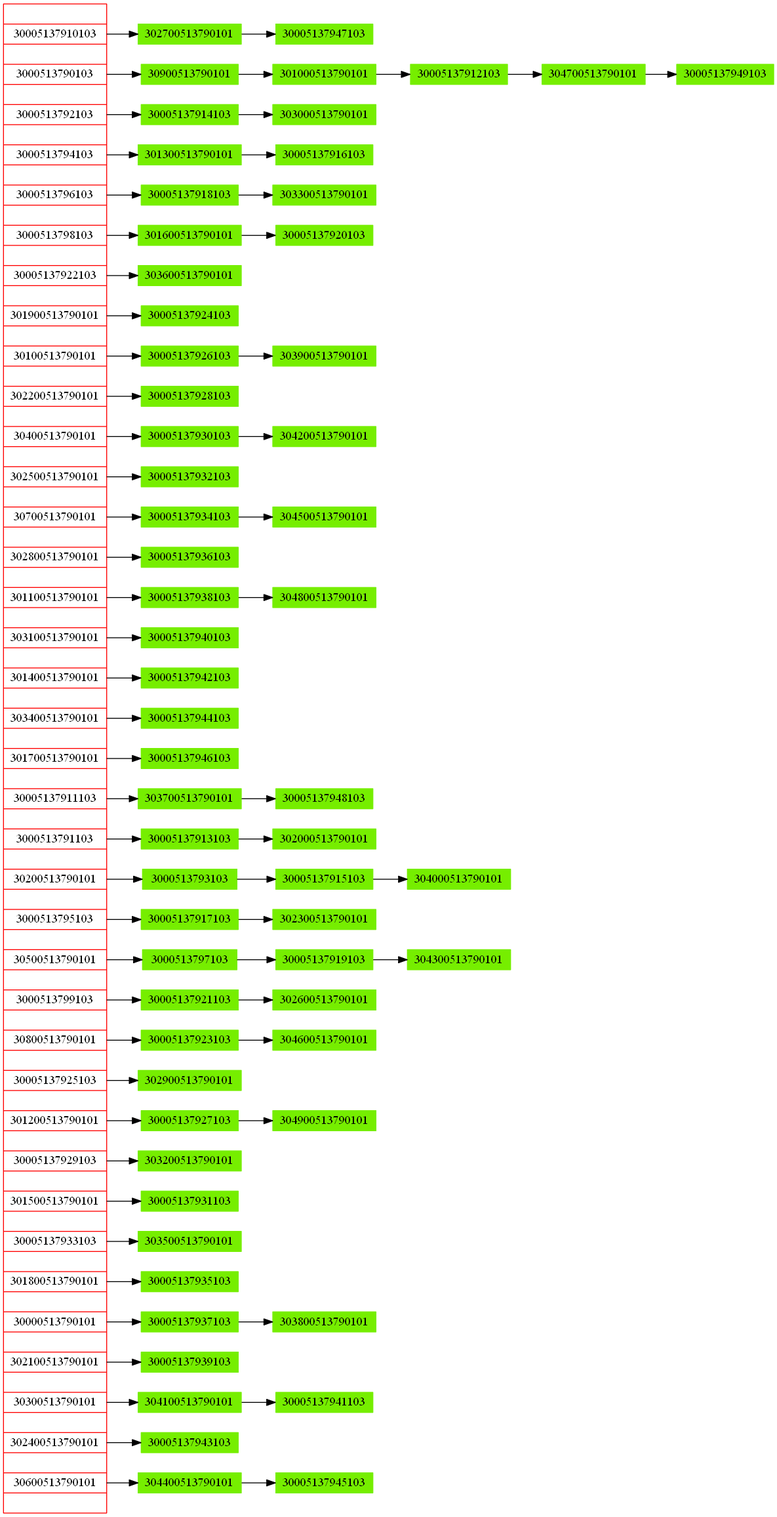
This is Tablahash.png from Rauqoz/EDD_Proyecto_2, a Graphviz export, as it was before one commit. Its source is kept beside it as Tablahash.dot. The source it was exported from:
```dot
digraph G {
  nodesep=.05;
  rankdir=LR;
node[shape=record,color="red"];


node0[label = "<f0> |<f1>30005137910103 |<f2> |<f3>3000513790103 |<f4> |<f5>3000513792103 |<f6> |<f7>3000513794103 |<f8> |<f9>3000513796103 |<f10> |<f11>3000513798103 |<f12> |<f13>30005137922103 |<f14> |<f15>301900513790101 |<f16> |<f17>30100513790101 |<f18> |<f19>302200513790101 |<f20> |<f21>30400513790101 |<f22> |<f23>302500513790101 |<f24> |<f25>30700513790101 |<f26> |<f27>302800513790101 |<f28> |<f29>301100513790101 |<f30> |<f31>303100513790101 |<f32> |<f33>301400513790101 |<f34> |<f35>303400513790101 |<f36> |<f37>301700513790101 |<f38> |<f39>30005137911103 |<f40> |<f41>3000513791103 |<f42> |<f43>30200513790101 |<f44> |<f45>3000513795103 |<f46> |<f47>30500513790101 |<f48> |<f49>3000513799103 |<f50> |<f51>30800513790101 |<f52> |<f53>30005137925103 |<f54> |<f55>301200513790101 |<f56> |<f57>30005137929103 |<f58> |<f59>301500513790101 |<f60> |<f61>30005137933103 |<f62> |<f63>301800513790101 |<f64> |<f65>30000513790101 |<f66> |<f67>302100513790101 |<f68> |<f69>30300513790101 |<f70> |<f71>302400513790101 |<f72> |<f73>30600513790101 | ",height=1.5 ];
f1n0[label = "302700513790101" width = 1.5, height=.05, style = filled,color="chartreuse2"];
f1n1[label = "30005137947103" width = 1.5, height=.05, style = filled,color="chartreuse2"];
f3n0[label = "30900513790101" width = 1.5, height=.05, style = filled,color="chartreuse2"];
f3n1[label = "301000513790101" width = 1.5, height=.05, style = filled,color="chartreuse2"];
f3n2[label = "30005137912103" width = 1.5, height=.05, style = filled,color="chartreuse2"];
f3n3[label = "304700513790101" width = 1.5, height=.05, style = filled,color="chartreuse2"];
f3n4[label = "30005137949103" width = 1.5, height=.05, style = filled,color="chartreuse2"];
f5n0[label = "30005137914103" width = 1.5, height=.05, style = filled,color="chartreuse2"];
f5n1[label = "303000513790101" width = 1.5, height=.05, style = filled,color="chartreuse2"];
f7n0[label = "301300513790101" width = 1.5, height=.05, style = filled,color="chartreuse2"];
f7n1[label = "30005137916103" width = 1.5, height=.05, style = filled,color="chartreuse2"];
f9n0[label = "30005137918103" width = 1.5, height=.05, style = filled,color="chartreuse2"];
f9n1[label = "303300513790101" width = 1.5, height=.05, style = filled,color="chartreuse2"];
f11n0[label = "301600513790101" width = 1.5, height=.05, style = filled,color="chartreuse2"];
f11n1[label = "30005137920103" width = 1.5, height=.05, style = filled,color="chartreuse2"];
f13n0[label = "303600513790101" width = 1.5, height=.05, style = filled,color="chartreuse2"];
f15n0[label = "30005137924103" width = 1.5, height=.05, style = filled,color="chartreuse2"];
f17n0[label = "30005137926103" width = 1.5, height=.05, style = filled,color="chartreuse2"];
f17n1[label = "303900513790101" width = 1.5, height=.05, style = filled,color="chartreuse2"];
f19n0[label = "30005137928103" width = 1.5, height=.05, style = filled,color="chartreuse2"];
f21n0[label = "30005137930103" width = 1.5, height=.05, style = filled,color="chartreuse2"];
f21n1[label = "304200513790101" width = 1.5, height=.05, style = filled,color="chartreuse2"];
f23n0[label = "30005137932103" width = 1.5, height=.05, style = filled,color="chartreuse2"];
f25n0[label = "30005137934103" width = 1.5, height=.05, style = filled,color="chartreuse2"];
f25n1[label = "304500513790101" width = 1.5, height=.05, style = filled,color="chartreuse2"];
f27n0[label = "30005137936103" width = 1.5, height=.05, style = filled,color="chartreuse2"];
f29n0[label = "30005137938103" width = 1.5, height=.05, style = filled,color="chartreuse2"];
f29n1[label = "304800513790101" width = 1.5, height=.05, style = filled,color="chartreuse2"];
f31n0[label = "30005137940103" width = 1.5, height=.05, style = filled,color="chartreuse2"];
f33n0[label = "30005137942103" width = 1.5, height=.05, style = filled,color="chartreuse2"];
f35n0[label = "30005137944103" width = 1.5, height=.05, style = filled,color="chartreuse2"];
f37n0[label = "30005137946103" width = 1.5, height=.05, style = filled,color="chartreuse2"];
f39n0[label = "303700513790101" width = 1.5, height=.05, style = filled,color="chartreuse2"];
f39n1[label = "30005137948103" width = 1.5, height=.05, style = filled,color="chartreuse2"];
f41n0[label = "30005137913103" width = 1.5, height=.05, style = filled,color="chartreuse2"];
f41n1[label = "302000513790101" width = 1.5, height=.05, style = filled,color="chartreuse2"];
f43n0[label = "3000513793103" width = 1.5, height=.05, style = filled,color="chartreuse2"];
f43n1[label = "30005137915103" width = 1.5, height=.05, style = filled,color="chartreuse2"];
f43n2[label = "304000513790101" width = 1.5, height=.05, style = filled,color="chartreuse2"];
f45n0[label = "30005137917103" width = 1.5, height=.05, style = filled,color="chartreuse2"];
f45n1[label = "302300513790101" width = 1.5, height=.05, style = filled,color="chartreuse2"];
f47n0[label = "3000513797103" width = 1.5, height=.05, style = filled,color="chartreuse2"];
f47n1[label = "30005137919103" width = 1.5, height=.05, style = filled,color="chartreuse2"];
f47n2[label = "304300513790101" width = 1.5, height=.05, style = filled,color="chartreuse2"];
f49n0[label = "30005137921103" width = 1.5, height=.05, style = filled,color="chartreuse2"];
f49n1[label = "302600513790101" width = 1.5, height=.05, style = filled,color="chartreuse2"];
f51n0[label = "30005137923103" width = 1.5, height=.05, style = filled,color="chartreuse2"];
f51n1[label = "304600513790101" width = 1.5, height=.05, style = filled,color="chartreuse2"];
f53n0[label = "302900513790101" width = 1.5, height=.05, style = filled,color="chartreuse2"];
f55n0[label = "30005137927103" width = 1.5, height=.05, style = filled,color="chartreuse2"];
f55n1[label = "304900513790101" width = 1.5, height=.05, style = filled,color="chartreuse2"];
f57n0[label = "303200513790101" width = 1.5, height=.05, style = filled,color="chartreuse2"];
f59n0[label = "30005137931103" width = 1.5, height=.05, style = filled,color="chartreuse2"];
f61n0[label = "303500513790101" width = 1.5, height=.05, style = filled,color="chartreuse2"];
f63n0[label = "30005137935103" width = 1.5, height=.05, style = filled,color="chartreuse2"];
f65n0[label = "30005137937103" width = 1.5, height=.05, style = filled,color="chartreuse2"];
f65n1[label = "303800513790101" width = 1.5, height=.05, style = filled,color="chartreuse2"];
f67n0[label = "30005137939103" width = 1.5, height=.05, style = filled,color="chartreuse2"];
f69n0[label = "304100513790101" width = 1.5, height=.05, style = filled,color="chartreuse2"];
f69n1[label = "30005137941103" width = 1.5, height=.05, style = filled,color="chartreuse2"];
f71n0[label = "30005137943103" width = 1.5, height=.05, style = filled,color="chartreuse2"];
f73n0[label = "304400513790101" width = 1.5, height=.05, style = filled,color="chartreuse2"];
f73n1[label = "30005137945103" width = 1.5, height=.05, style = filled,color="chartreuse2"];
node0:f1->f1n0->f1n1;
node0:f3->f3n0->f3n1->f3n2->f3n3->f3n4;
node0:f5->f5n0->f5n1;
node0:f7->f7n0->f7n1;
node0:f9->f9n0->f9n1;
node0:f11->f11n0->f11n1;
node0:f13->f13n0;
node0:f15->f15n0;
node0:f17->f17n0->f17n1;
node0:f19->f19n0;
node0:f21->f21n0->f21n1;
node0:f23->f23n0;
node0:f25->f25n0->f25n1;
node0:f27->f27n0;
node0:f29->f29n0->f29n1;
node0:f31->f31n0;
node0:f33->f33n0;
node0:f35->f35n0;
node0:f37->f37n0;
node0:f39->f39n0->f39n1;
node0:f41->f41n0->f41n1;
node0:f43->f43n0->f43n1->f43n2;
node0:f45->f45n0->f45n1;
node0:f47->f47n0->f47n1->f47n2;
node0:f49->f49n0->f49n1;
node0:f51->f51n0->f51n1;
node0:f53->f53n0;
node0:f55->f55n0->f55n1;
node0:f57->f57n0;
node0:f59->f59n0;
node0:f61->f61n0;
node0:f63->f63n0;
node0:f65->f65n0->f65n1;
node0:f67->f67n0;
node0:f69->f69n0->f69n1;
node0:f71->f71n0;
node0:f73->f73n0->f73n1;

}
```
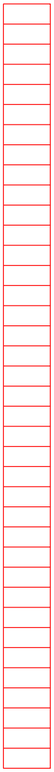
Above is the later version.

What changed in the source:
```diff
@@ -4,106 +4,6 @@
 node[shape=record,color="red"];
 
 
-node0[label = "<f0> |<f1>30005137910103 |<f2> |<f3>3000513790103 |<f4> |<f5>3000513792103 |<f6> |<f7>3000513794103 |<f8> |<f9>3000513796103 |<f10> |<f11>3000513798103 |<f12> |<f13>30005137922103 |<f14> |<f15>301900513790101 |<f16> |<f17>30100513790101 |<f18> |<f19>302200513790101 |<f20> |<f21>30400513790101 |<f22> |<f23>302500513790101 |<f24> |<f25>30700513790101 |<f26> |<f27>302800513790101 |<f28> |<f29>301100513790101 |<f30> |<f31>303100513790101 |<f32> |<f33>301400513790101 |<f34> |<f35>303400513790101 |<f36> |<f37>301700513790101 |<f38> |<f39>30005137911103 |<f40> |<f41>3000513791103 |<f42> |<f43>30200513790101 |<f44> |<f45>3000513795103 |<f46> |<f47>30500513790101 |<f48> |<f49>3000513799103 |<f50> |<f51>30800513790101 |<f52> |<f53>30005137925103 |<f54> |<f55>301200513790101 |<f56> |<f57>30005137929103 |<f58> |<f59>301500513790101 |<f60> |<f61>30005137933103 |<f62> |<f63>301800513790101 |<f64> |<f65>30000513790101 |<f66> |<f67>302100513790101 |<f68> |<f69>30300513790101 |<f70> |<f71>302400513790101 |<f72> |<f73>30600513790101 | ",height=1.5 ];
-f1n0[label = "302700513790101" width = 1.5, height=.05, style = filled,color="chartreuse2"];
-f1n1[label = "30005137947103" width = 1.5, height=.05, style = filled,color="chartreuse2"];
-f3n0[label = "30900513790101" width = 1.5, height=.05, style = filled,color="chartreuse2"];
-f3n1[label = "301000513790101" width = 1.5, height=.05, style = filled,color="chartreuse2"];
-f3n2[label = "30005137912103" width = 1.5, height=.05, style = filled,color="chartreuse2"];
-f3n3[label = "304700513790101" width = 1.5, height=.05, style = filled,color="chartreuse2"];
-f3n4[label = "30005137949103" width = 1.5, height=.05, style = filled,color="chartreuse2"];
-f5n0[label = "30005137914103" width = 1.5, height=.05, style = filled,color="chartreuse2"];
-f5n1[label = "303000513790101" width = 1.5, height=.05, style = filled,color="chartreuse2"];
-f7n0[label = "301300513790101" width = 1.5, height=.05, style = filled,color="chartreuse2"];
-f7n1[label = "30005137916103" width = 1.5, height=.05, style = filled,color="chartreuse2"];
-f9n0[label = "30005137918103" width = 1.5, height=.05, style = filled,color="chartreuse2"];
-f9n1[label = "303300513790101" width = 1.5, height=.05, style = filled,color="chartreuse2"];
-f11n0[label = "301600513790101" width = 1.5, height=.05, style = filled,color="chartreuse2"];
-f11n1[label = "30005137920103" width = 1.5, height=.05, style = filled,color="chartreuse2"];
-f13n0[label = "303600513790101" width = 1.5, height=.05, style = filled,color="chartreuse2"];
-f15n0[label = "30005137924103" width = 1.5, height=.05, style = filled,color="chartreuse2"];
-f17n0[label = "30005137926103" width = 1.5, height=.05, style = filled,color="chartreuse2"];
-f17n1[label = "303900513790101" width = 1.5, height=.05, style = filled,color="chartreuse2"];
-f19n0[label = "30005137928103" width = 1.5, height=.05, style = filled,color="chartreuse2"];
-f21n0[label = "30005137930103" width = 1.5, height=.05, style = filled,color="chartreuse2"];
-f21n1[label = "304200513790101" width = 1.5, height=.05, style = filled,color="chartreuse2"];
-f23n0[label = "30005137932103" width = 1.5, height=.05, style = filled,color="chartreuse2"];
-f25n0[label = "30005137934103" width = 1.5, height=.05, style = filled,color="chartreuse2"];
-f25n1[label = "304500513790101" width = 1.5, height=.05, style = filled,color="chartreuse2"];
-f27n0[label = "30005137936103" width = 1.5, height=.05, style = filled,color="chartreuse2"];
-f29n0[label = "30005137938103" width = 1.5, height=.05, style = filled,color="chartreuse2"];
-f29n1[label = "304800513790101" width = 1.5, height=.05, style = filled,color="chartreuse2"];
-f31n0[label = "30005137940103" width = 1.5, height=.05, style = filled,color="chartreuse2"];
-f33n0[label = "30005137942103" width = 1.5, height=.05, style = filled,color="chartreuse2"];
-f35n0[label = "30005137944103" width = 1.5, height=.05, style = filled,color="chartreuse2"];
-f37n0[label = "30005137946103" width = 1.5, height=.05, style = filled,color="chartreuse2"];
-f39n0[label = "303700513790101" width = 1.5, height=.05, style = filled,color="chartreuse2"];
-f39n1[label = "30005137948103" width = 1.5, height=.05, style = filled,color="chartreuse2"];
-f41n0[label = "30005137913103" width = 1.5, height=.05, style = filled,color="chartreuse2"];
-f41n1[label = "302000513790101" width = 1.5, height=.05, style = filled,color="chartreuse2"];
-f43n0[label = "3000513793103" width = 1.5, height=.05, style = filled,color="chartreuse2"];
-f43n1[label = "30005137915103" width = 1.5, height=.05, style = filled,color="chartreuse2"];
-f43n2[label = "304000513790101" width = 1.5, height=.05, style = filled,color="chartreuse2"];
-f45n0[label = "30005137917103" width = 1.5, height=.05, style = filled,color="chartreuse2"];
-f45n1[label = "302300513790101" width = 1.5, height=.05, style = filled,color="chartreuse2"];
-f47n0[label = "3000513797103" width = 1.5, height=.05, style = filled,color="chartreuse2"];
-f47n1[label = "30005137919103" width = 1.5, height=.05, style = filled,color="chartreuse2"];
-f47n2[label = "304300513790101" width = 1.5, height=.05, style = filled,color="chartreuse2"];
-f49n0[label = "30005137921103" width = 1.5, height=.05, style = filled,color="chartreuse2"];
-f49n1[label = "302600513790101" width = 1.5, height=.05, style = filled,color="chartreuse2"];
-f51n0[label = "30005137923103" width = 1.5, height=.05, style = filled,color="chartreuse2"];
-f51n1[label = "304600513790101" width = 1.5, height=.05, style = filled,color="chartreuse2"];
-f53n0[label = "302900513790101" width = 1.5, height=.05, style = filled,color="chartreuse2"];
-f55n0[label = "30005137927103" width = 1.5, height=.05, style = filled,color="chartreuse2"];
-f55n1[label = "304900513790101" width = 1.5, height=.05, style = filled,color="chartreuse2"];
-f57n0[label = "303200513790101" width = 1.5, height=.05, style = filled,color="chartreuse2"];
-f59n0[label = "30005137931103" width = 1.5, height=.05, style = filled,color="chartreuse2"];
-f61n0[label = "303500513790101" width = 1.5, height=.05, style = filled,color="chartreuse2"];
-f63n0[label = "30005137935103" width = 1.5, height=.05, style = filled,color="chartreuse2"];
-f65n0[label = "30005137937103" width = 1.5, height=.05, style = filled,color="chartreuse2"];
-f65n1[label = "303800513790101" width = 1.5, height=.05, style = filled,color="chartreuse2"];
-f67n0[label = "30005137939103" width = 1.5, height=.05, style = filled,color="chartreuse2"];
-f69n0[label = "304100513790101" width = 1.5, height=.05, style = filled,color="chartreuse2"];
-f69n1[label = "30005137941103" width = 1.5, height=.05, style = filled,color="chartreuse2"];
-f71n0[label = "30005137943103" width = 1.5, height=.05, style = filled,color="chartreuse2"];
-f73n0[label = "304400513790101" width = 1.5, height=.05, style = filled,color="chartreuse2"];
-f73n1[label = "30005137945103" width = 1.5, height=.05, style = filled,color="chartreuse2"];
-node0:f1->f1n0->f1n1;
-node0:f3->f3n0->f3n1->f3n2->f3n3->f3n4;
-node0:f5->f5n0->f5n1;
-node0:f7->f7n0->f7n1;
-node0:f9->f9n0->f9n1;
-node0:f11->f11n0->f11n1;
-node0:f13->f13n0;
-node0:f15->f15n0;
-node0:f17->f17n0->f17n1;
-node0:f19->f19n0;
-node0:f21->f21n0->f21n1;
-node0:f23->f23n0;
-node0:f25->f25n0->f25n1;
-node0:f27->f27n0;
-node0:f29->f29n0->f29n1;
-node0:f31->f31n0;
-node0:f33->f33n0;
-node0:f35->f35n0;
-node0:f37->f37n0;
-node0:f39->f39n0->f39n1;
-node0:f41->f41n0->f41n1;
-node0:f43->f43n0->f43n1->f43n2;
-node0:f45->f45n0->f45n1;
-node0:f47->f47n0->f47n1->f47n2;
-node0:f49->f49n0->f49n1;
-node0:f51->f51n0->f51n1;
-node0:f53->f53n0;
-node0:f55->f55n0->f55n1;
-node0:f57->f57n0;
-node0:f59->f59n0;
-node0:f61->f61n0;
-node0:f63->f63n0;
-node0:f65->f65n0->f65n1;
-node0:f67->f67n0;
-node0:f69->f69n0->f69n1;
-node0:f71->f71n0;
-node0:f73->f73n0->f73n1;
+node0[label = "<f0> |<f1> |<f2> |<f3> |<f4> |<f5> |<f6> |<f7> |<f8> |<f9> |<f10> |<f11> |<f12> |<f13> |<f14> |<f15> |<f16> |<f17> |<f18> |<f19> |<f20> |<f21> |<f22> |<f23> |<f24> |<f25> |<f26> |<f27> |<f28> |<f29> |<f30> |<f31> |<f32> |<f33> |<f34> |<f35> |<f36> | ",height=1.5 ];
 
 }
```
